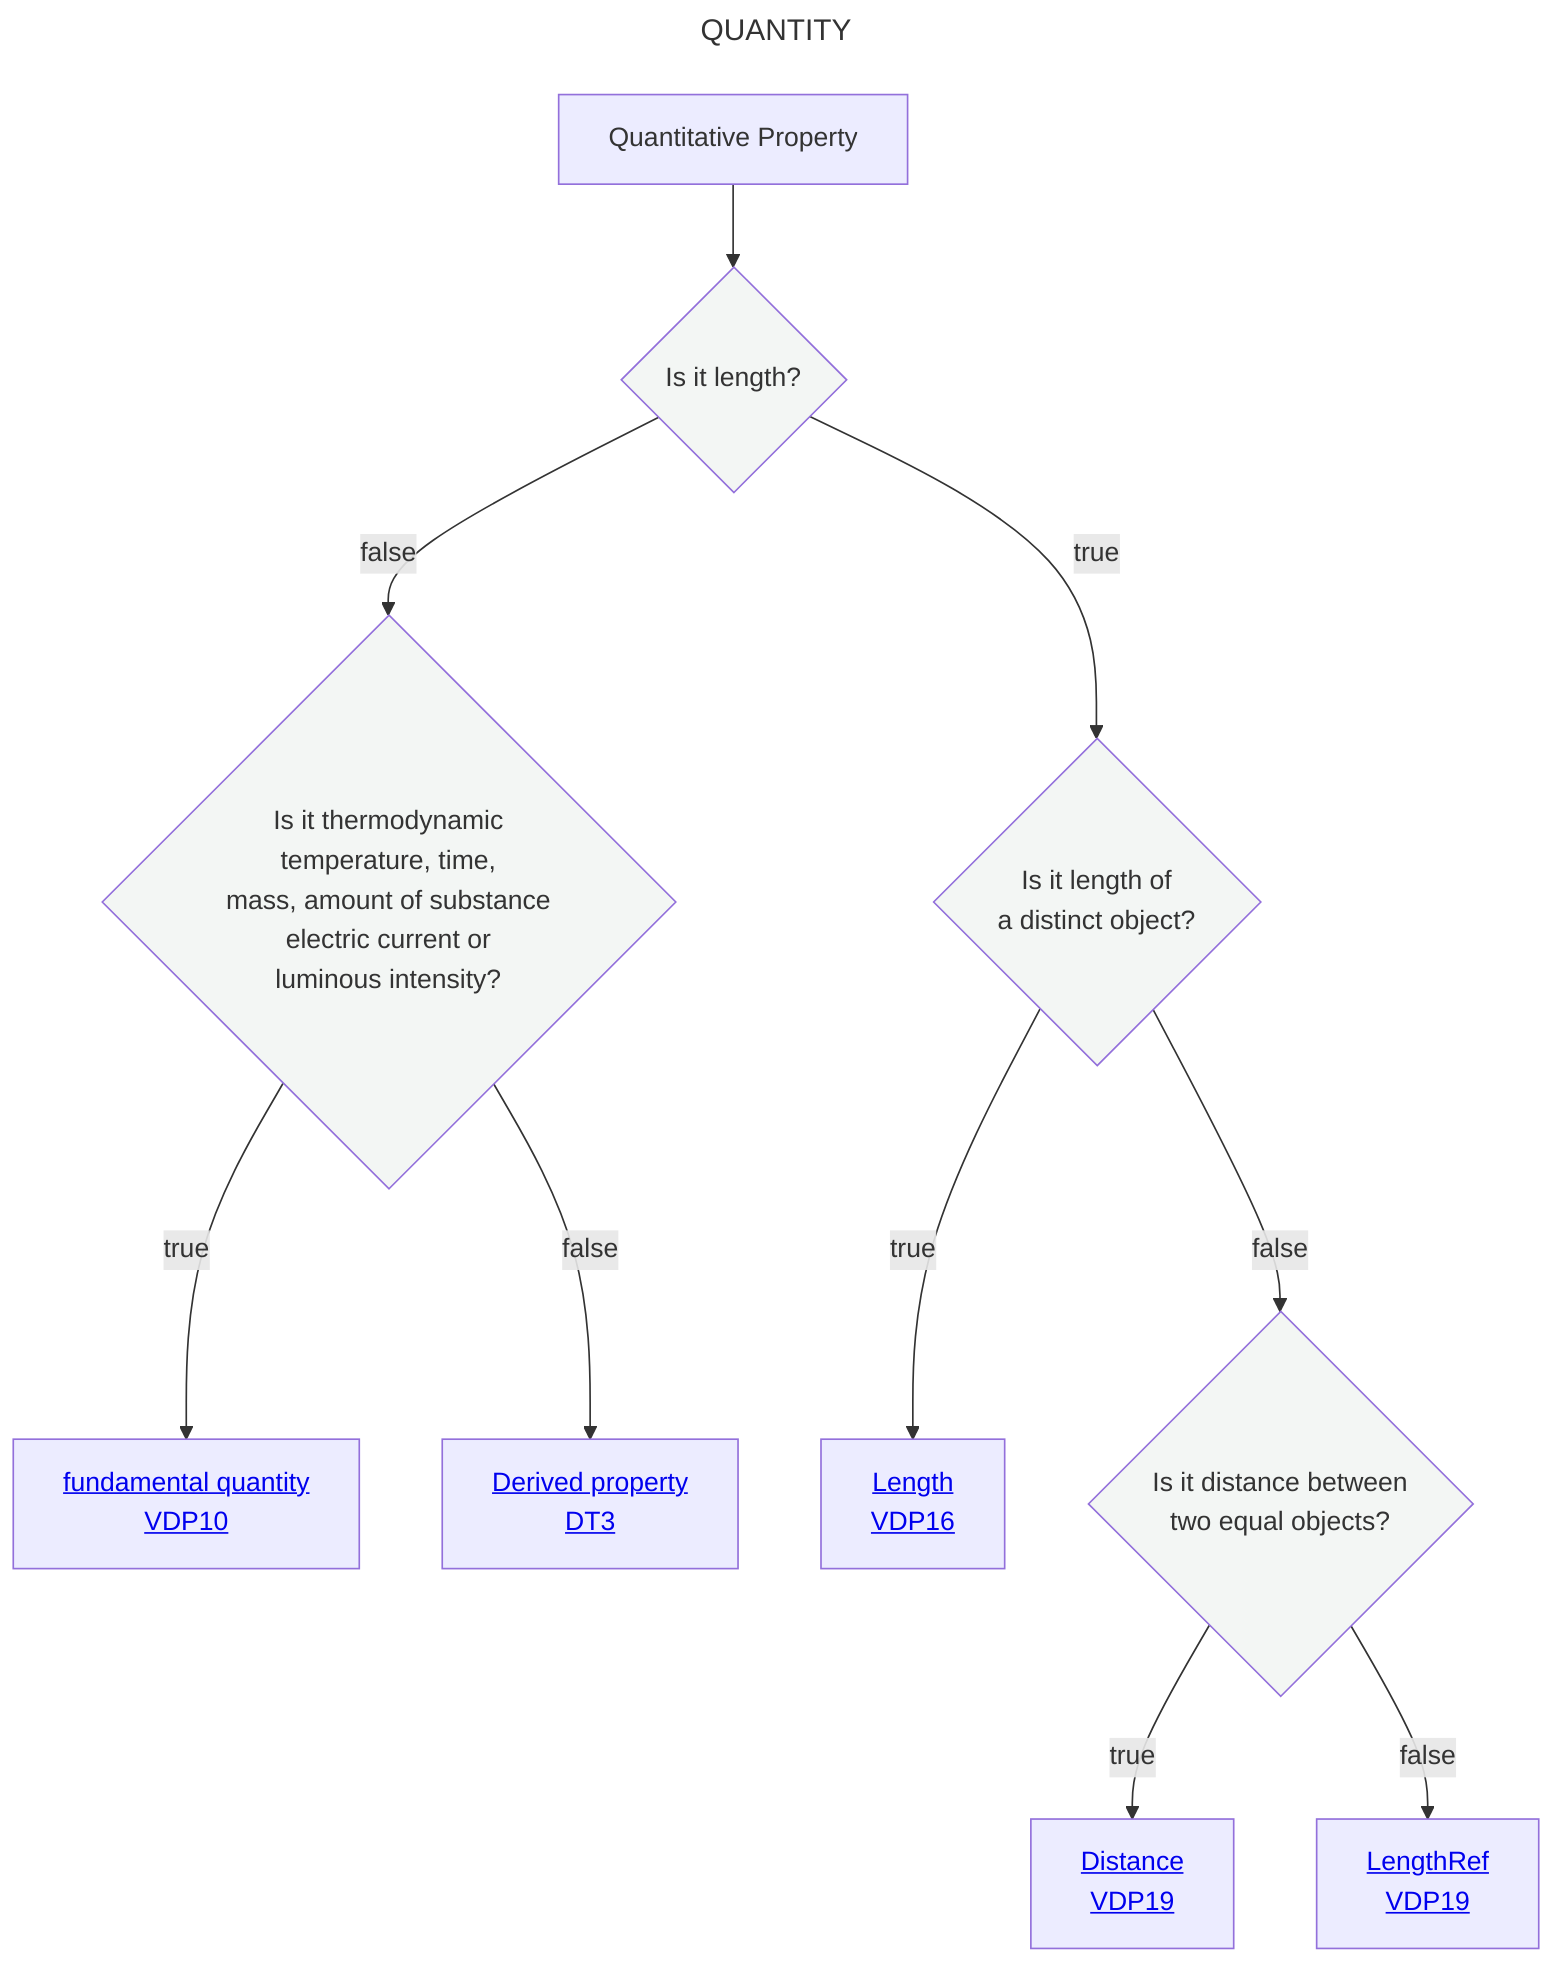
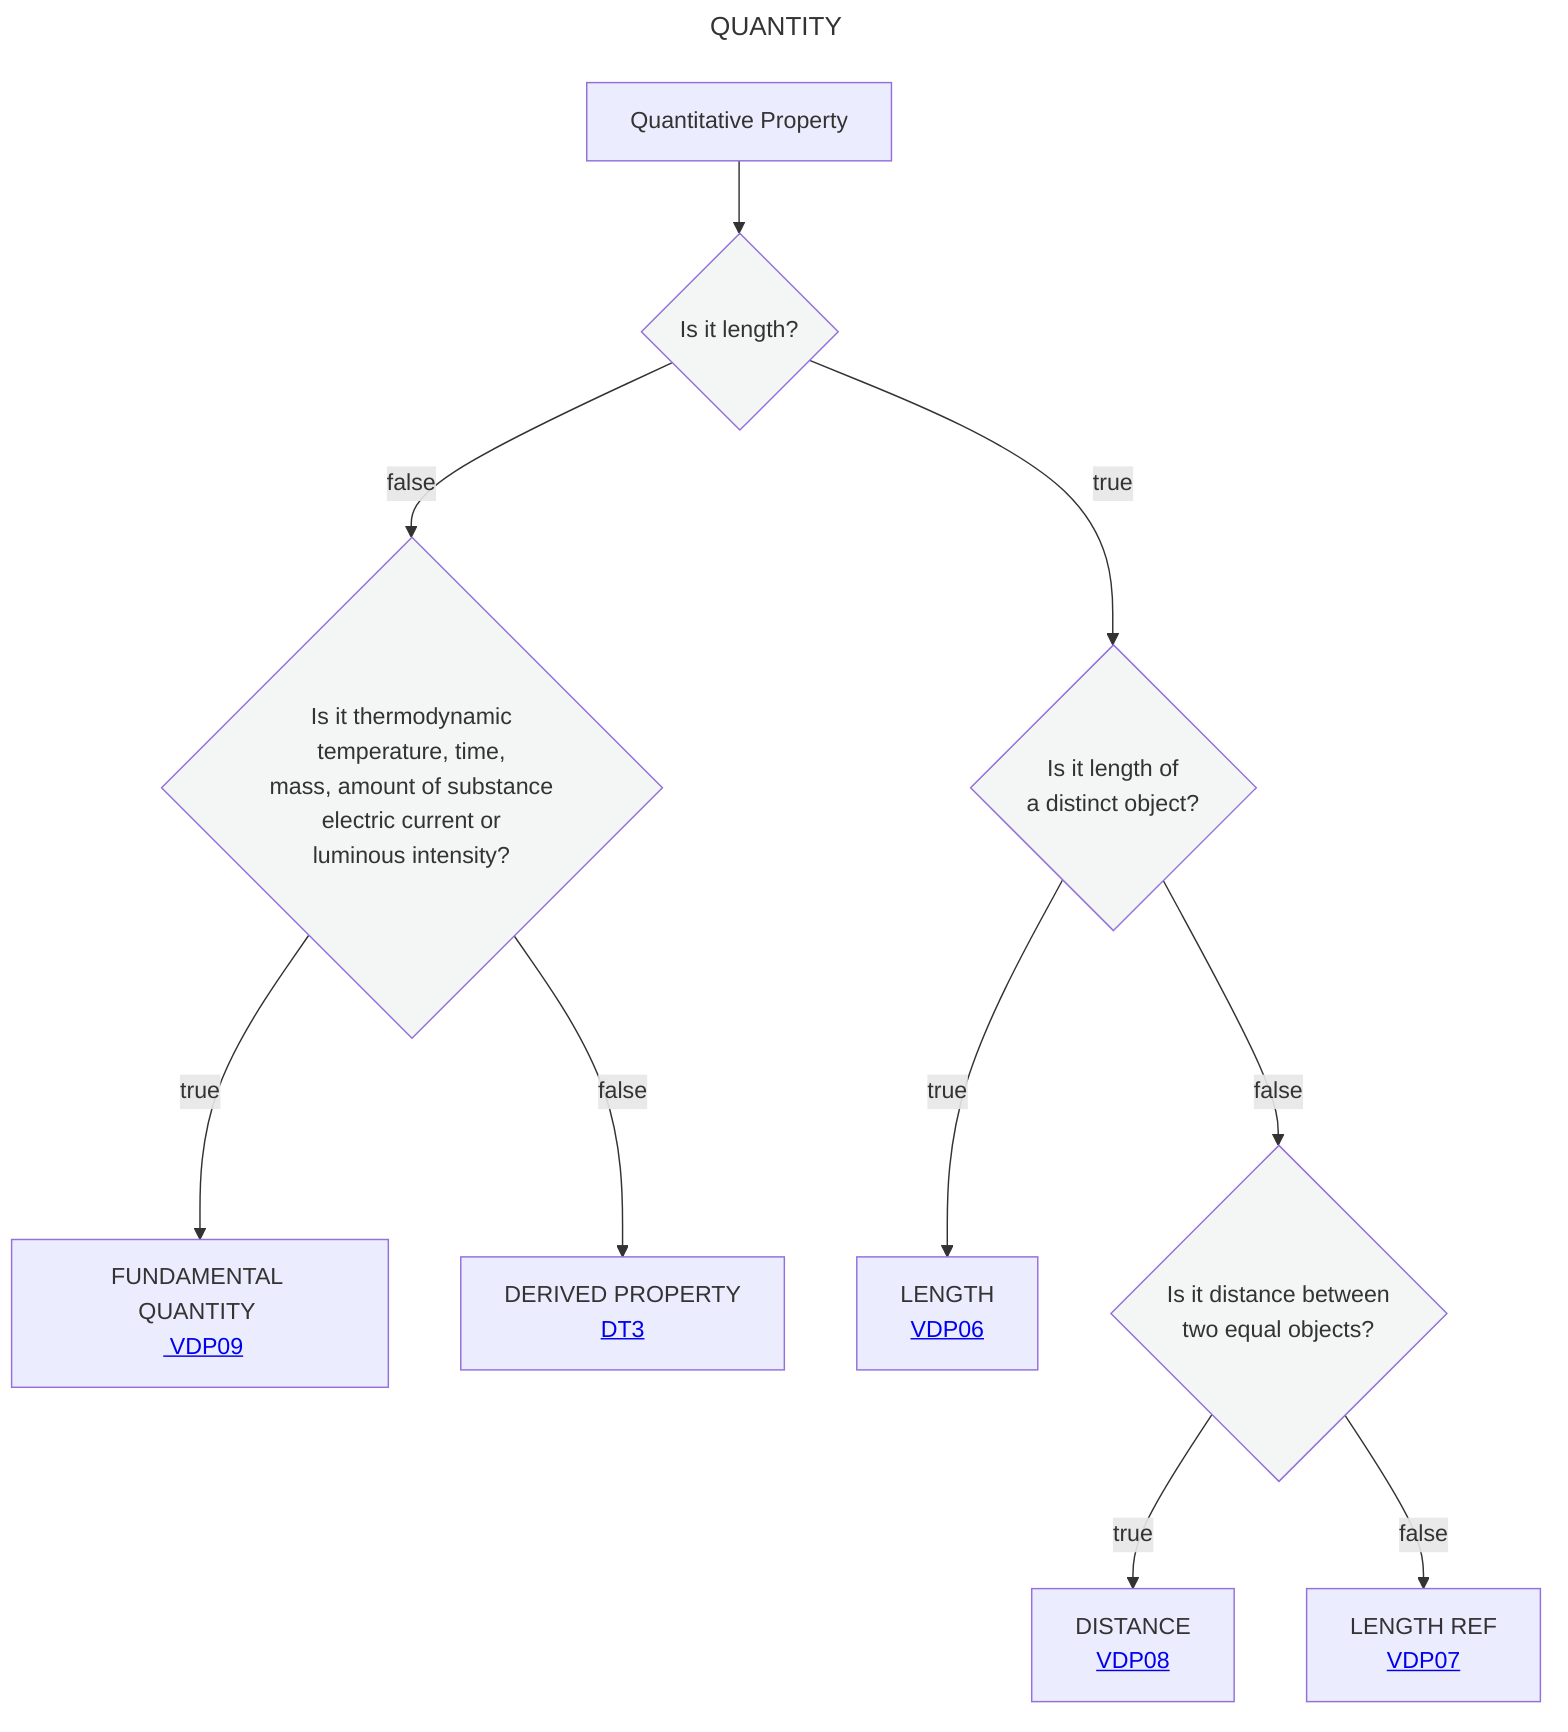
---
title: QUANTITY
---
flowchart TD
    A[Quantitative Property] --> C{Is it length?}:::white
    C --> |true|E{Is it length of <br> a distinct object?}:::white
    C --> |false|F{Is it thermodynamic <br> temperature, time,  <br> mass, amount of substance <br> electric current or <br> luminous intensity?}:::white
-     F --> |true|G[<a href='https://github.com/mabablue/I-ADOPT-patterns-playground/blob/main/pattern/VDP10.yaml'>fundamental quantity <br> VDP10</a>]
-     F --> |false|M[<a href='https://github.com/mabablue/I-ADOPT-patterns-playground/blob/main/Decisition_trees/DT3.mmd'>Derived property <br> DT3</a>]
-     E --> |true|N[<a href='https://github.com/mabablue/I-ADOPT-patterns-playground/blob/main/pattern/VDP16.yaml'>Length <br> VDP16</a>]
+     F --> |true|G[FUNDAMENTAL QUANTITY <br> <a href='https://github.com/mabablue/I-ADOPT-patterns-playground/blob/main/pattern/VDP09.yaml'> VDP09</a>]
+     F --> |false|M[DERIVED PROPERTY <br> <a href='https://github.com/mabablue/I-ADOPT-patterns-playground/blob/main/Decisition_trees/DT3.mmd'> DT3</a>]
+     E --> |true|N[LENGTH <br> <a href='https://github.com/mabablue/I-ADOPT-patterns-playground/blob/main/pattern/VDP06.yaml'> VDP06</a>]
    E --> |false|O{Is it distance between <br> two equal objects?}:::white
-     O --> |true|P[<a href='https://github.com/mabablue/I-ADOPT-patterns-playground/blob/main/pattern/VDP19.yaml'>Distance <br> VDP19</a>]
-     O --> |false|Q[<a href='https://github.com/mabablue/I-ADOPT-patterns-playground/blob/main/pattern/VDP19.yaml'>LengthRef <br> VDP19</a>]
+     O --> |true|P[DISTANCE <br> <a href='https://github.com/mabablue/I-ADOPT-patterns-playground/blob/main/pattern/VDP08.yaml'> VDP08</a>]
+     O --> |false|Q[LENGTH REF <br> <a href='https://github.com/mabablue/I-ADOPT-patterns-playground/blob/main/pattern/VDP07.yaml'> VDP07</a>]
   classDef blue fill:#90D5FF
   classDef satblue fill:#57B9FF
   classDef white fill:#f3f6f4
   classDef green fill:#6aa84f
